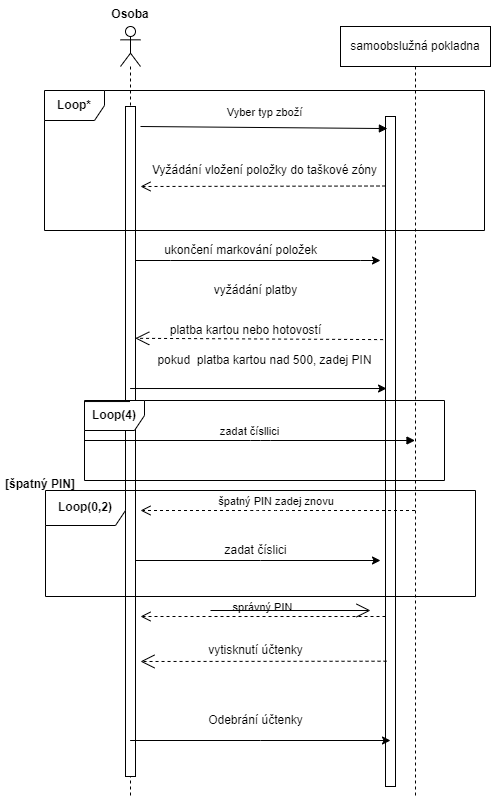
The draw.io diagram samoobslužná_pokladna.png in MatyasKorytar/diagras.net, before a commit. Source tidied: cells renumbered, new cells last; positions are measured from the earlier drawing's top-left corner, leaving out a move shared by most shapes.
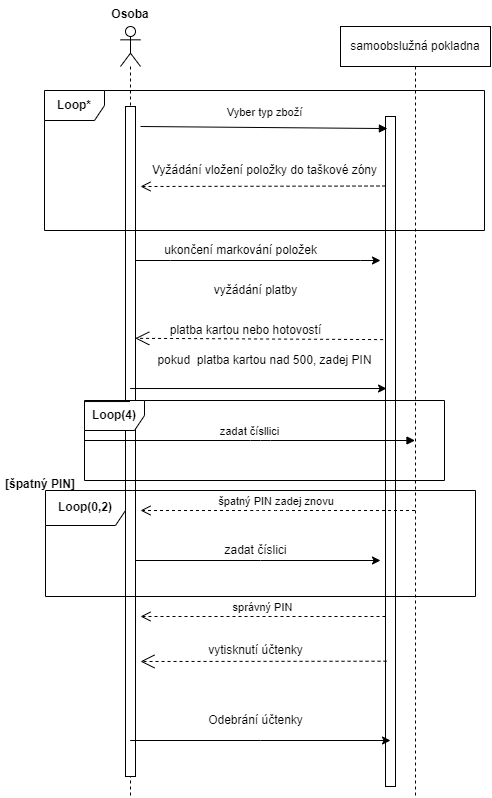
After the change.

What changed in the source:
```diff
@@ -114,12 +114,6 @@
     <mxCell id="28" value="vytisknutí účtenky" style="text;html=1;align=center;verticalAlign=middle;strokeColor=none;fillColor=none;" parent="1" vertex="1">
       <mxGeometry x="200" y="640" width="110" height="20" as="geometry" />
     </mxCell>
-    <mxCell id="29" style="endArrow=open;endFill=1;endSize=12;html=1;rounded=0;" parent="1" edge="1">
-      <mxGeometry relative="1" as="geometry">
-        <mxPoint x="210" y="610" as="sourcePoint" />
-        <mxPoint x="370" y="610" as="targetPoint" />
-      </mxGeometry>
-    </mxCell>
     <mxCell id="30" style="endArrow=classic;html=1;rounded=0;" parent="1" edge="1" source="2">
       <mxGeometry relative="1" as="geometry">
         <mxPoint x="390" y="740" as="targetPoint" />
```
